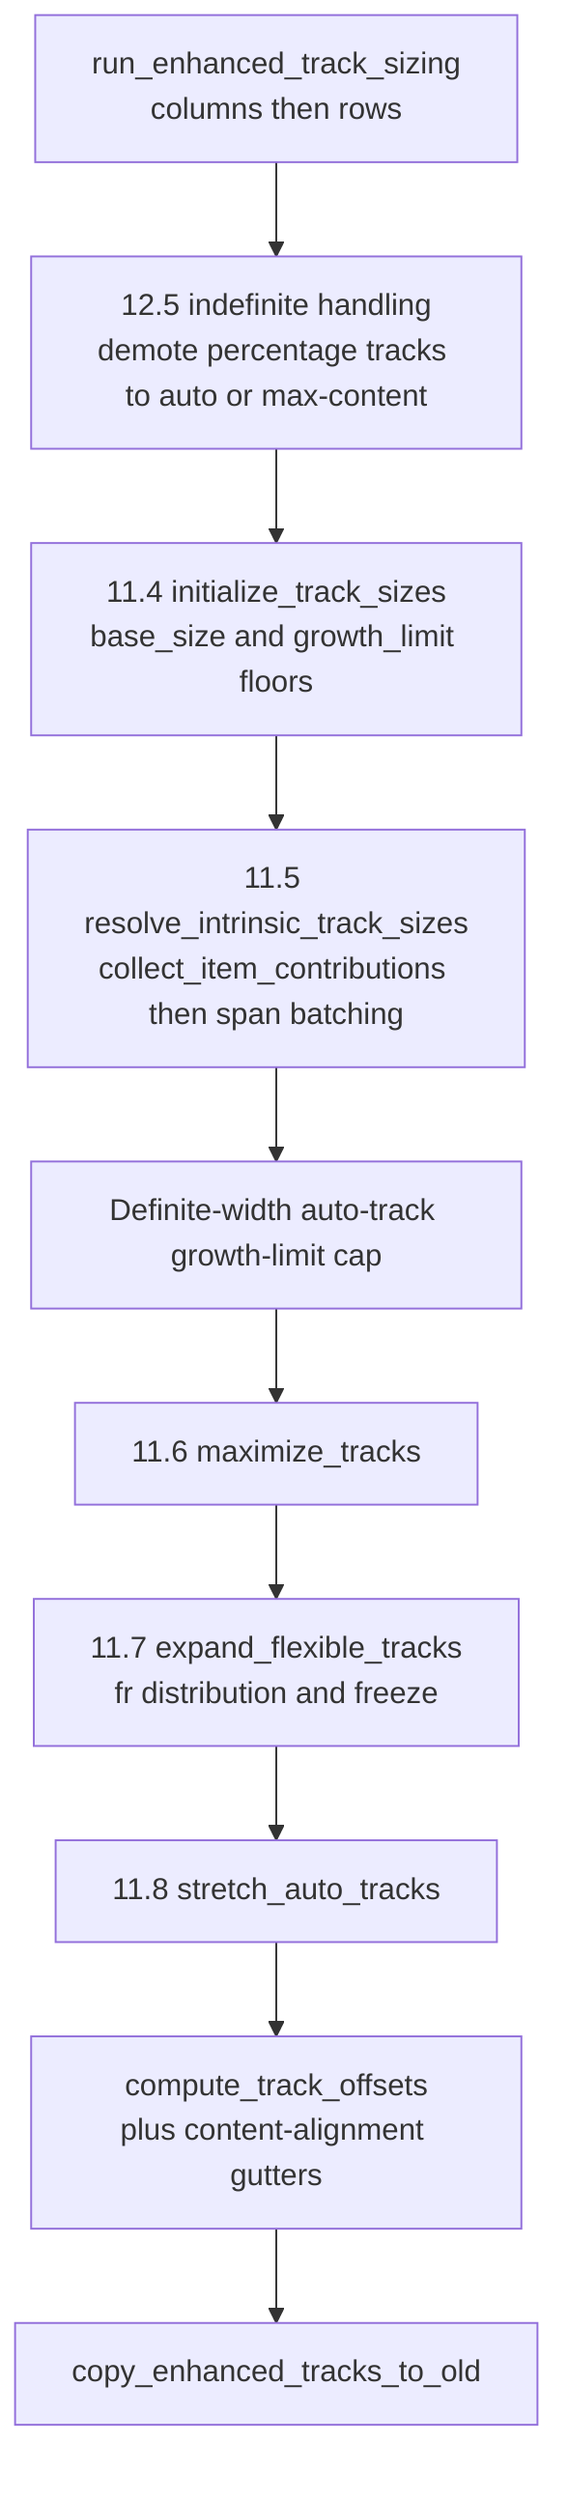
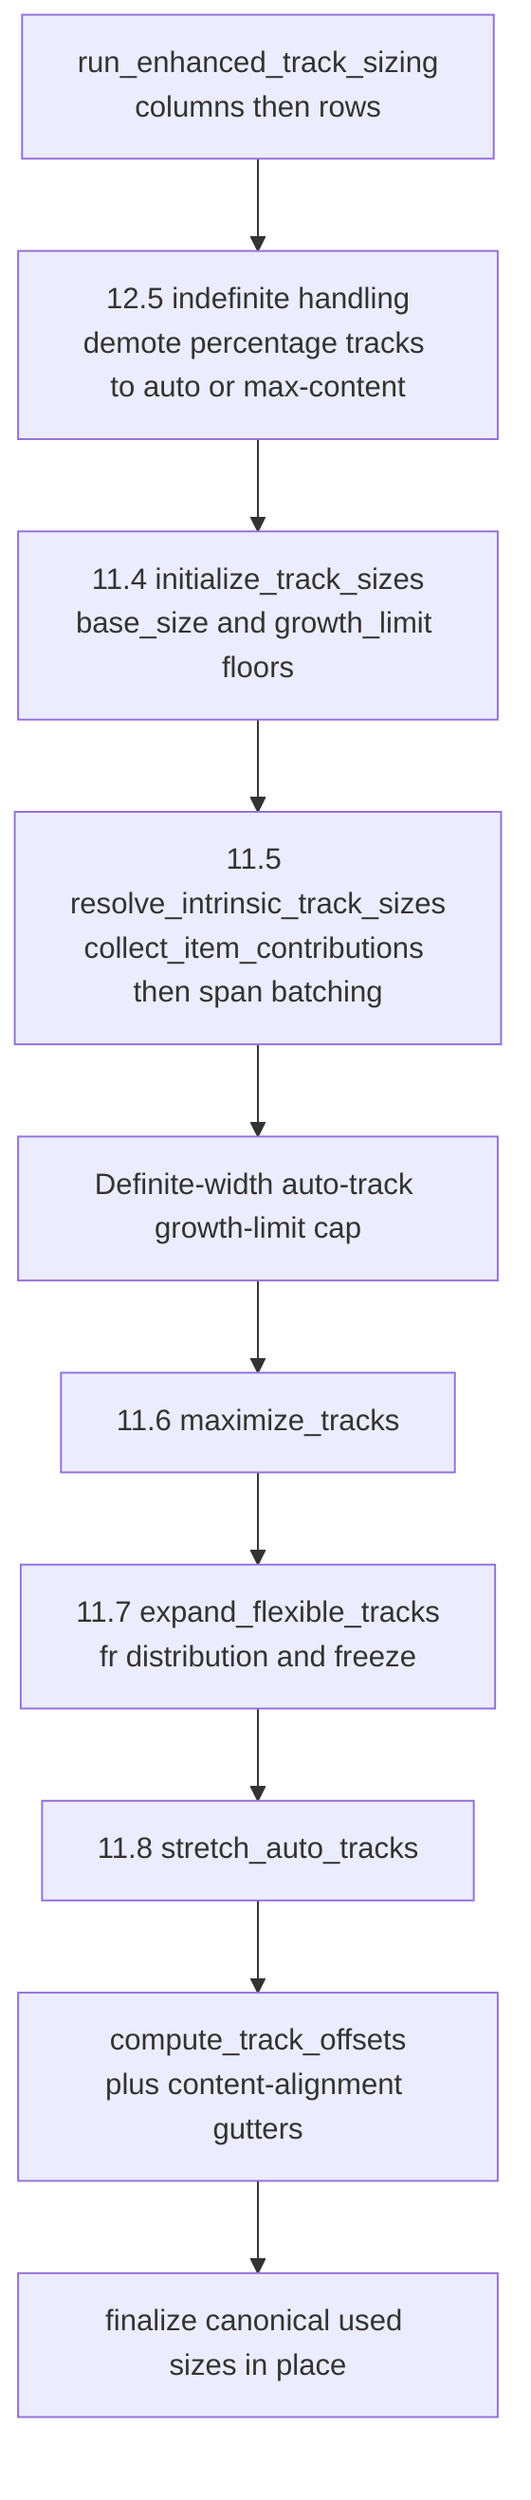
flowchart TD
    START["run_enhanced_track_sizing<br/>columns then rows"]
    START --> DEMOTE["12.5 indefinite handling<br/>demote percentage tracks to auto or max-content"]
    DEMOTE --> INIT["11.4 initialize_track_sizes<br/>base_size and growth_limit floors"]
    INIT --> INTR["11.5 resolve_intrinsic_track_sizes<br/>collect_item_contributions then span batching"]
    INTR --> CAP["Definite-width auto-track growth-limit cap"]
    CAP --> MAX["11.6 maximize_tracks"]
    MAX --> FLEX["11.7 expand_flexible_tracks<br/>fr distribution and freeze"]
    FLEX --> STRETCH["11.8 stretch_auto_tracks"]
    STRETCH --> OFF["compute_track_offsets<br/>plus content-alignment gutters"]
-     OFF --> COPY["copy_enhanced_tracks_to_old"]
+     OFF --> FINAL["finalize canonical used sizes in place"]
